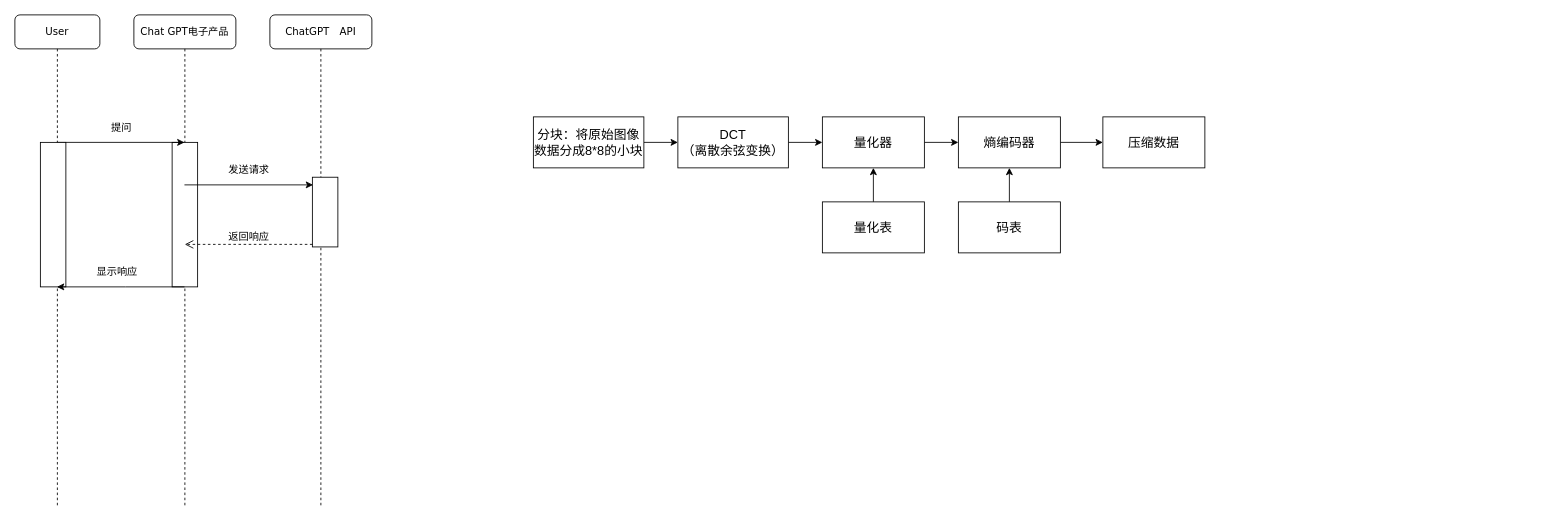
Zha0-Hu1/diaw.io keeps this draw.io diagram as test顺序图1.drawio. Above is the earlier version. Source tidied: cells renumbered, new cells numbered last; positions are measured from the earlier drawing's top-left corner, leaving out a move shared by most shapes. Both pictures are drawn from the tidied source at 85%, with x=0, y=0 at pixel (14, 14).
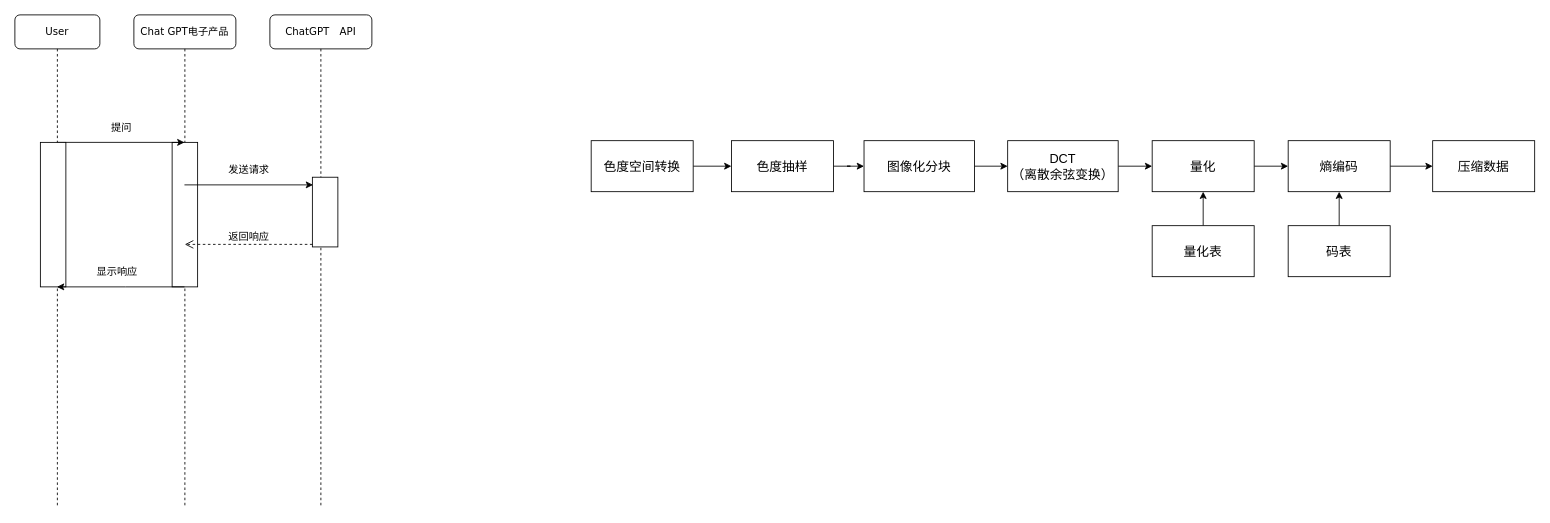
The same diagram, later.

Commit message:
更新test顺序图1.drawio

Diff of the diagram source:
```diff
@@
-    <mxCell id="16" value="&lt;font style=&quot;font-size: 15px;&quot;&gt;分块：将原始图像数据分成8*8的小块&lt;/font&gt;" style="rounded=0;whiteSpace=wrap;html=1;" parent="1" vertex="1">
-      <mxGeometry x="610" y="120" width="130" height="60" as="geometry" />
+    <mxCell id="16" value="&lt;font style=&quot;font-size: 15px;&quot;&gt;图像化分块&lt;/font&gt;" style="rounded=0;whiteSpace=wrap;html=1;" parent="1" vertex="1">
+      <mxGeometry x="999" y="148" width="130" height="60" as="geometry" />
     </mxCell>
@@
     <mxCell id="18" value="&lt;font style=&quot;font-size: 15px;&quot;&gt;DCT&lt;br&gt;（离散余弦变换）&lt;/font&gt;" style="rounded=0;whiteSpace=wrap;html=1;" parent="1" vertex="1">
-      <mxGeometry x="780" y="120" width="130" height="60" as="geometry" />
+      <mxGeometry x="1168" y="148" width="130" height="60" as="geometry" />
     </mxCell>
@@
-    <mxCell id="20" value="&lt;font style=&quot;font-size: 15px;&quot;&gt;量化器&lt;/font&gt;" style="rounded=0;whiteSpace=wrap;html=1;" parent="1" vertex="1">
-      <mxGeometry x="950" y="120" width="120" height="60" as="geometry" />
+    <mxCell id="20" value="&lt;font style=&quot;font-size: 15px;&quot;&gt;量化&lt;br&gt;&lt;/font&gt;" style="rounded=0;whiteSpace=wrap;html=1;" parent="1" vertex="1">
+      <mxGeometry x="1338" y="148" width="120" height="60" as="geometry" />
     </mxCell>
@@
     <mxCell id="22" value="&lt;font style=&quot;font-size: 15px;&quot;&gt;量化表&lt;/font&gt;" style="rounded=0;whiteSpace=wrap;html=1;" parent="1" vertex="1">
-      <mxGeometry x="950" y="220" width="120" height="60" as="geometry" />
+      <mxGeometry x="1338" y="248" width="120" height="60" as="geometry" />
     </mxCell>
@@
-    <mxCell id="24" value="&lt;font style=&quot;font-size: 15px;&quot;&gt;熵编码器&lt;/font&gt;" style="whiteSpace=wrap;html=1;rounded=0;" parent="1" vertex="1">
-      <mxGeometry x="1110" y="120" width="120" height="60" as="geometry" />
+    <mxCell id="24" value="&lt;font style=&quot;font-size: 15px;&quot;&gt;熵编码&lt;/font&gt;" style="whiteSpace=wrap;html=1;rounded=0;" parent="1" vertex="1">
+      <mxGeometry x="1498" y="148" width="120" height="60" as="geometry" />
     </mxCell>
@@
     <mxCell id="26" value="&lt;font style=&quot;font-size: 15px;&quot;&gt;码表&lt;/font&gt;" style="whiteSpace=wrap;html=1;" parent="1" vertex="1">
-      <mxGeometry x="1110" y="220" width="120" height="60" as="geometry" />
+      <mxGeometry x="1498" y="248" width="120" height="60" as="geometry" />
     </mxCell>
     <mxCell id="27" value="&lt;font style=&quot;font-size: 15px;&quot;&gt;压缩数据&lt;/font&gt;" style="whiteSpace=wrap;html=1;rounded=0;" parent="1" vertex="1">
-      <mxGeometry x="1280" y="120" width="120" height="60" as="geometry" />
+      <mxGeometry x="1668" y="148" width="120" height="60" as="geometry" />
     </mxCell>
+    <mxCell id="28" style="edgeStyle=orthogonalEdgeStyle;rounded=0;jettySize=auto;html=1;" parent="1" edge="1" source="29" target="31">
+      <mxGeometry relative="1" as="geometry" />
+    </mxCell>
+    <mxCell id="29" value="&lt;font style=&quot;font-size: 15px;&quot;&gt;色度空间转换&lt;/font&gt;" style="rounded=0;whiteSpace=wrap;html=1;" parent="1" vertex="1">
+      <mxGeometry x="678" y="148" width="120" height="60" as="geometry" />
+    </mxCell>
+    <mxCell id="30" style="edgeStyle=orthogonalEdgeStyle;rounded=0;jettySize=auto;html=1;" parent="1" edge="1" source="31" target="16">
+      <mxGeometry relative="1" as="geometry" />
+    </mxCell>
+    <mxCell id="31" value="&lt;font style=&quot;font-size: 15px;&quot;&gt;色度抽样&lt;/font&gt;" style="whiteSpace=wrap;html=1;rounded=0;" parent="1" vertex="1">
+      <mxGeometry x="843" y="148" width="120" height="60" as="geometry" />
+    </mxCell>
```
